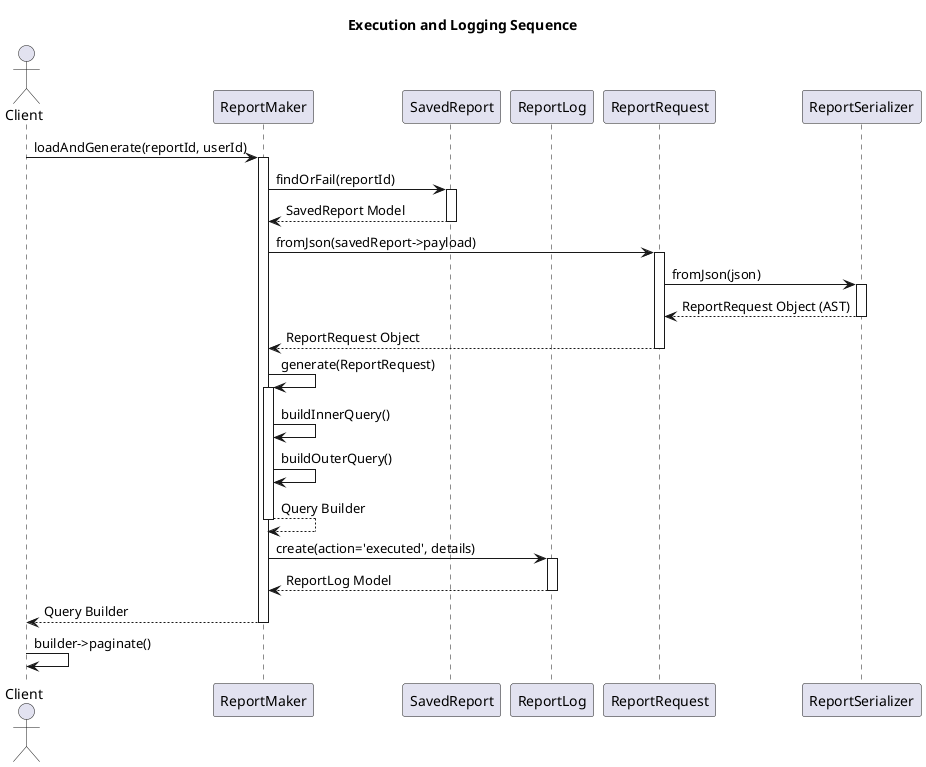
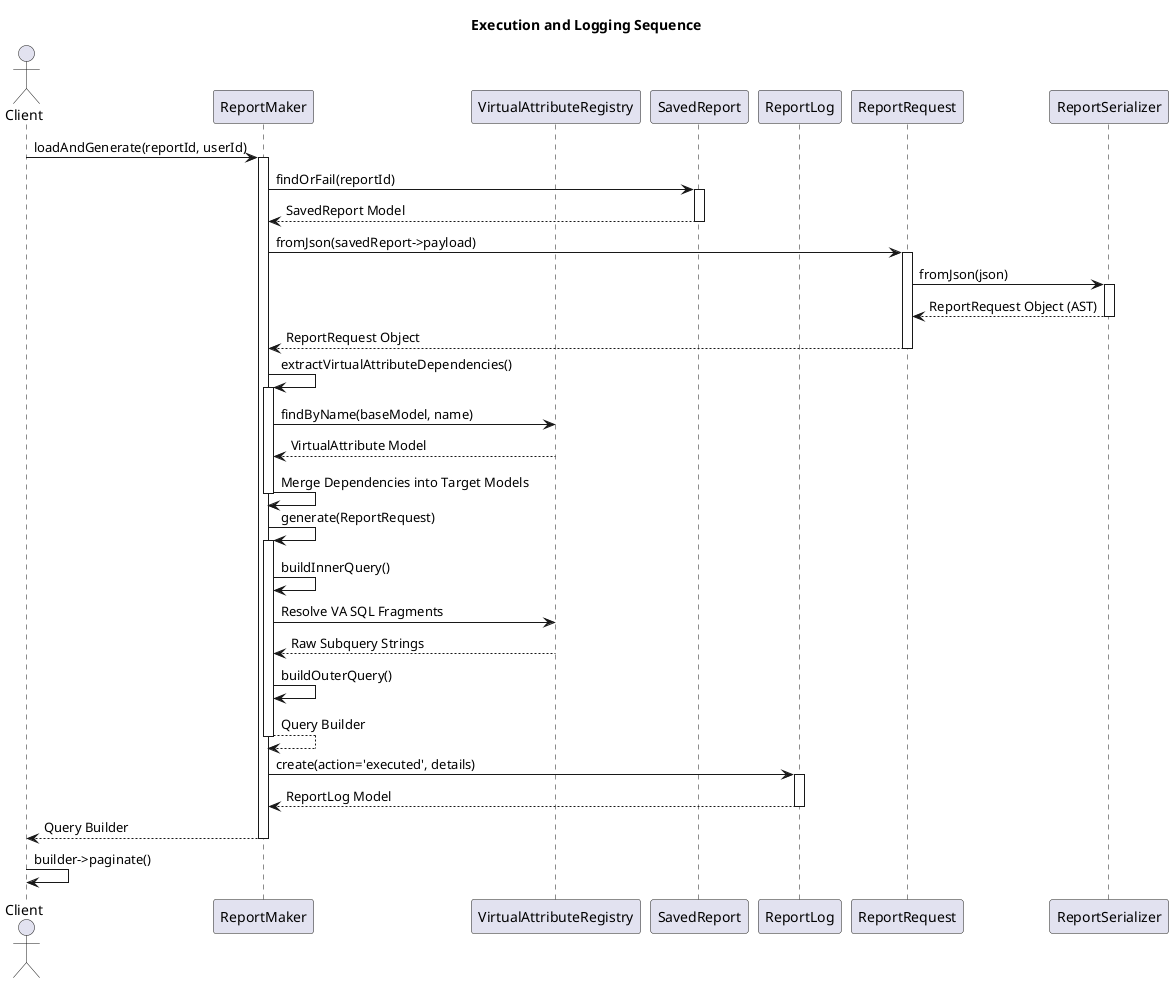
@startuml Sequence Execution Diagram
title Execution and Logging Sequence

actor Client
participant "ReportMaker" as Maker
+ participant "VirtualAttributeRegistry" as VARegistry
participant "SavedReport" as DBReport
participant "ReportLog" as DBLog
participant "ReportRequest" as Request
participant "ReportSerializer" as Serializer

Client -> Maker : loadAndGenerate(reportId, userId)
activate Maker

Maker -> DBReport : findOrFail(reportId)
activate DBReport
DBReport --> Maker : SavedReport Model
deactivate DBReport

Maker -> Request : fromJson(savedReport->payload)
activate Request
Request -> Serializer : fromJson(json)
activate Serializer
Serializer --> Request : ReportRequest Object (AST)
deactivate Serializer
Request --> Maker : ReportRequest Object
deactivate Request

+ Maker -> Maker : extractVirtualAttributeDependencies()
+ activate Maker
+ Maker -> VARegistry : findByName(baseModel, name)
+ VARegistry --> Maker : VirtualAttribute Model
+ Maker -> Maker : Merge Dependencies into Target Models
+ deactivate Maker
+ 
Maker -> Maker : generate(ReportRequest)
activate Maker
Maker -> Maker : buildInnerQuery()
+ Maker -> VARegistry : Resolve VA SQL Fragments
+ VARegistry --> Maker : Raw Subquery Strings
Maker -> Maker : buildOuterQuery()
Maker --> Maker : Query Builder
deactivate Maker

Maker -> DBLog : create(action='executed', details)
activate DBLog
DBLog --> Maker : ReportLog Model
deactivate DBLog

Maker --> Client : Query Builder
deactivate Maker

Client -> Client : builder->paginate()

@enduml
